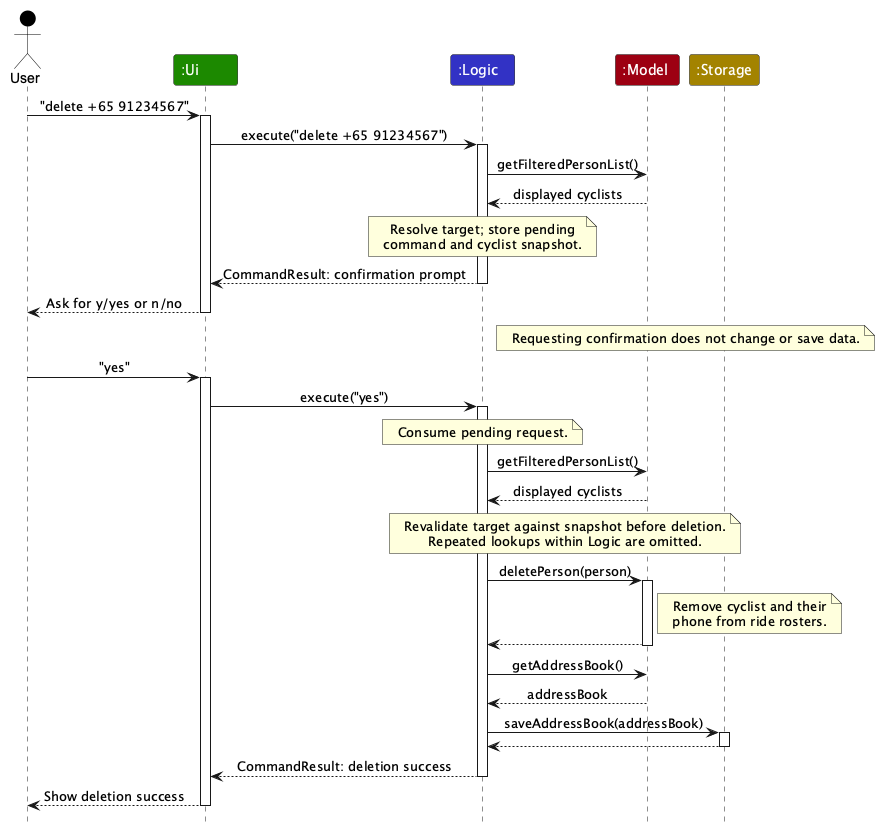
The PlantUML diagram docs/images/ArchitectureSequenceDiagram.png in AY2627S1-CS2103T-W11-1/tp, before a commit.
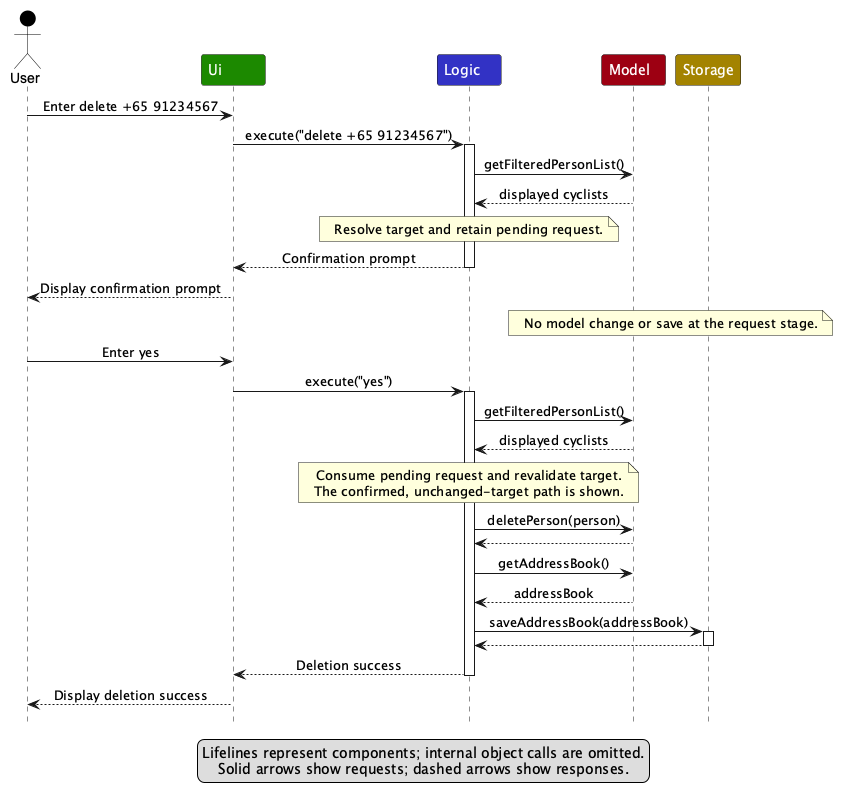
The same file after the commit.

Diff of the diagram source:
```diff
@@ -3,45 +3,42 @@
 skinparam ArrowFontStyle plain
 
 actor User as user USER_COLOR
-participant ":Ui" as ui UI_COLOR
-participant ":Logic" as logic LOGIC_COLOR
-participant ":Model" as model MODEL_COLOR
-participant ":Storage" as storage STORAGE_COLOR
+participant Ui as ui UI_COLOR
+participant Logic as logic LOGIC_COLOR
+participant Model as model MODEL_COLOR
+participant Storage as storage STORAGE_COLOR
 
-user -> ui : "delete +65 91234567"
-activate ui
+user -> ui : Enter delete +65 91234567
 ui -> logic : execute("delete +65 91234567")
 activate logic
 logic -> model : getFilteredPersonList()
 model --> logic : displayed cyclists
-note over logic : Resolve target; store pending\ncommand and cyclist snapshot.
-logic --> ui : CommandResult: confirmation prompt
+note over logic : Resolve target and retain pending request.
+logic --> ui : Confirmation prompt
 deactivate logic
-ui --> user : Ask for y/yes or n/no
-deactivate ui
-note over model, storage : Requesting confirmation does not change or save data.
+ui --> user : Display confirmation prompt
+note over model, storage : No model change or save at the request stage.
 
-user -> ui : "yes"
-activate ui
+user -> ui : Enter yes
 ui -> logic : execute("yes")
 activate logic
-note over logic : Consume pending request.
 logic -> model : getFilteredPersonList()
 model --> logic : displayed cyclists
-note over logic, model : Revalidate target against snapshot before deletion.\nRepeated lookups within Logic are omitted.
+note over logic : Consume pending request and revalidate target.\nThe confirmed, unchanged-target path is shown.
 logic -> model : deletePerson(person)
-activate model
-note right of model : Remove cyclist and their\nphone from ride rosters.
 model --> logic
-deactivate model
 logic -> model : getAddressBook()
 model --> logic : addressBook
 logic -> storage : saveAddressBook(addressBook)
 activate storage
 storage --> logic
 deactivate storage
-logic --> ui : CommandResult: deletion success
+logic --> ui : Deletion success
 deactivate logic
-ui --> user : Show deletion success
-deactivate ui
+ui --> user : Display deletion success
+
+legend bottom
+  Lifelines represent components; internal object calls are omitted.
+  Solid arrows show requests; dashed arrows show responses.
+endlegend
 @enduml
```
